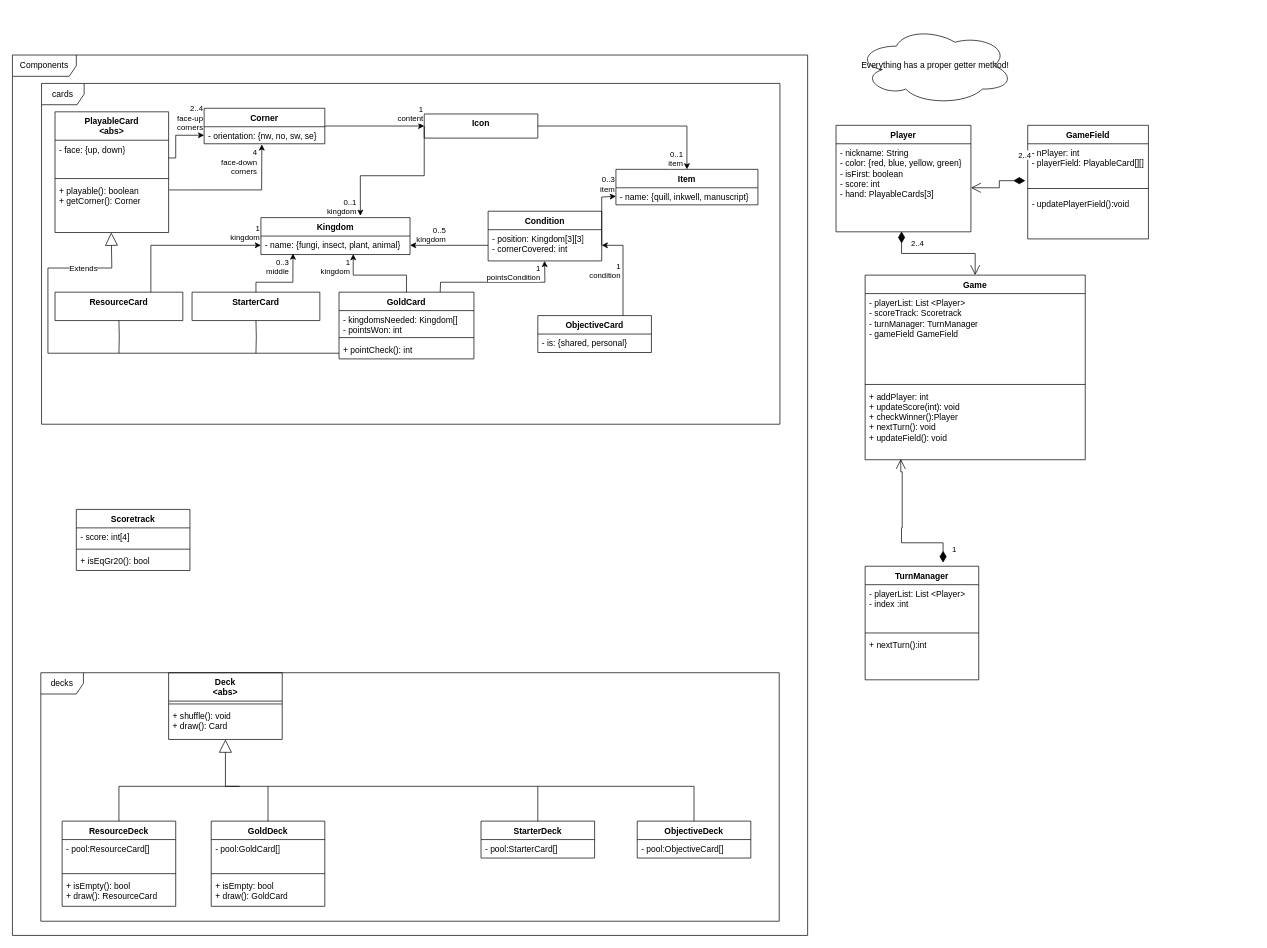
The draw.io diagram UML/drawio_modified.drawio in Mattix124/IS24-AM38, before the edit. Source tidied: cells renumbered, new cells numbered last; positions are measured from the earlier drawing's top-left corner, leaving out a move shared by most shapes. Both pictures are drawn from the tidied source at 71%, with x=0, y=0 at pixel (12, 26).
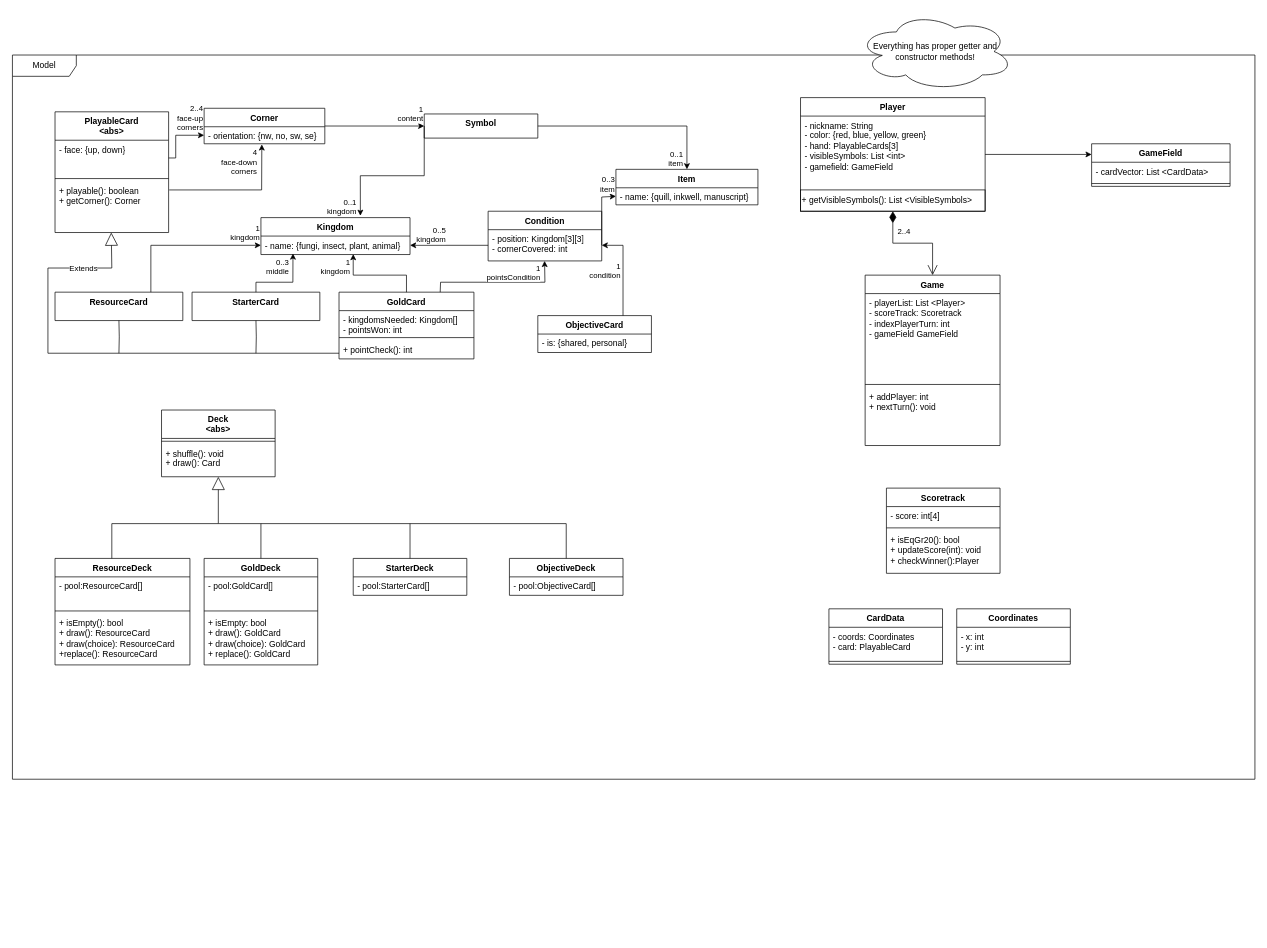
The same page after the edit.

Unchanged cells that the change refers to:
```xml
<mxCell id="21" value="&lt;div&gt;+ shuffle(): void&lt;/div&gt;&lt;div&gt;+ draw(): Card&lt;br&gt;&lt;/div&gt;" style="text;strokeColor=none;fillColor=none;align=left;verticalAlign=top;spacingLeft=4;spacingRight=4;overflow=hidden;points=[[0,0.5],[1,0.5]];portConstraint=eastwest;whiteSpace=wrap;html=1;" parent="19" vertex="1">
  <mxGeometry y="48" width="160" height="46" as="geometry" />
</mxCell>
```

The edit, as a diff of the source:
```diff
@@
-    <mxCell id="2" value="Components" style="shape=umlFrame;whiteSpace=wrap;html=1;width=90;height=30;" parent="1" vertex="1">
-      <mxGeometry y="40" width="1120" height="1240" as="geometry" />
+    <mxCell id="2" value="Model" style="shape=umlFrame;whiteSpace=wrap;html=1;width=90;height=30;" parent="1" vertex="1">
+      <mxGeometry y="40" width="1750" height="1020" as="geometry" />
     </mxCell>
-    <mxCell id="3" value="cards" style="shape=umlFrame;whiteSpace=wrap;html=1;" parent="1" vertex="1">
-      <mxGeometry x="41" y="80" width="1040" height="480" as="geometry" />
-    </mxCell>
@@
     <mxCell id="13" value="Scoretrack" style="swimlane;fontStyle=1;align=center;verticalAlign=top;horizontal=1;startSize=26;whiteSpace=wrap;html=1;" parent="1" vertex="1">
-      <mxGeometry x="90" y="680" width="160" height="86" as="geometry" />
+      <mxGeometry x="1231" y="650" width="160" height="120" as="geometry" />
     </mxCell>
@@
-    <mxCell id="16" value="+ isEqGr20(): bool" style="text;strokeColor=none;fillColor=none;align=left;verticalAlign=top;spacingLeft=4;spacingRight=4;overflow=hidden;whiteSpace=wrap;html=1;" parent="13" vertex="1">
-      <mxGeometry y="60" width="160" height="26" as="geometry" />
+    <mxCell id="16" value="+ isEqGr20(): bool&lt;div&gt;+ updateScore(int): void&lt;br&gt;&lt;/div&gt;&lt;div&gt;+ checkWinner():Player&lt;/div&gt;" style="text;strokeColor=none;fillColor=none;align=left;verticalAlign=top;spacingLeft=4;spacingRight=4;overflow=hidden;whiteSpace=wrap;html=1;" parent="13" vertex="1">
+      <mxGeometry y="60" width="160" height="60" as="geometry" />
     </mxCell>
     <mxCell id="17" value="Player" style="swimlane;fontStyle=1;align=center;verticalAlign=top;horizontal=1;startSize=26;whiteSpace=wrap;html=1;" parent="1" vertex="1">
-      <mxGeometry x="1160" y="139" width="190" height="150" as="geometry" />
+      <mxGeometry x="1110" y="100" width="260" height="160" as="geometry" />
     </mxCell>
-    <mxCell id="18" value="&lt;div&gt;- nickname: String&lt;/div&gt;&lt;div&gt;- color: {red, blue, yellow, green}&lt;/div&gt;&lt;div&gt;- isFirst: boolean&lt;/div&gt;&lt;div&gt;- score: int&lt;br&gt;&lt;/div&gt;&lt;div&gt;- hand: PlayableCards[3]&lt;/div&gt;" style="text;strokeColor=none;fillColor=none;align=left;verticalAlign=top;spacingLeft=4;spacingRight=4;overflow=hidden;points=[[0,0.5],[1,0.5]];portConstraint=eastwest;whiteSpace=wrap;html=1;" parent="17" vertex="1">
-      <mxGeometry y="26" width="190" height="124" as="geometry" />
+    <mxCell id="18" value="&lt;div&gt;- nickname: String&lt;/div&gt;&lt;div&gt;- color: {red, blue, yellow, green}&lt;/div&gt;&lt;div&gt;- hand: PlayableCards[3]&lt;/div&gt;&lt;div&gt;- visibleSymbols: List &amp;lt;int&amp;gt;&lt;/div&gt;&lt;div&gt;- gamefield: GameField&lt;/div&gt;" style="text;strokeColor=none;fillColor=none;align=left;verticalAlign=top;spacingLeft=4;spacingRight=4;overflow=hidden;points=[[0,0.5],[1,0.5]];portConstraint=eastwest;whiteSpace=wrap;html=1;" parent="17" vertex="1">
+      <mxGeometry y="26" width="260" height="104" as="geometry" />
     </mxCell>
+    <mxCell id="94" value="+ getVisibleSymbols(): List &amp;lt;VisibleSymbols&amp;gt;" style="html=1;whiteSpace=wrap;fillColor=none;align=left;" parent="17" vertex="1">
+      <mxGeometry y="130" width="260" height="30" as="geometry" />
+    </mxCell>
     <mxCell id="19" value="&lt;div&gt;Deck&lt;/div&gt;&lt;div&gt;&amp;lt;abs&amp;gt;&lt;br&gt;&lt;/div&gt;" style="swimlane;fontStyle=1;align=center;verticalAlign=top;horizontal=1;startSize=40;whiteSpace=wrap;html=1;" parent="1" vertex="1">
-      <mxGeometry x="220" y="910" width="160" height="94" as="geometry" />
+      <mxGeometry x="210" y="540" width="160" height="94" as="geometry" />
     </mxCell>
@@
     <mxCell id="22" value="ResourceDeck" style="swimlane;fontStyle=1;align=center;verticalAlign=top;horizontal=1;startSize=26;whiteSpace=wrap;html=1;" parent="1" vertex="1">
-      <mxGeometry x="70" y="1119" width="160" height="120" as="geometry" />
+      <mxGeometry x="60" y="749" width="190" height="150" as="geometry" />
     </mxCell>
     <mxCell id="23" value="&lt;div&gt;- pool:ResourceCard[]&lt;/div&gt;" style="text;strokeColor=none;fillColor=none;align=left;verticalAlign=top;spacingLeft=4;spacingRight=4;overflow=hidden;whiteSpace=wrap;html=1;" parent="22" vertex="1">
-      <mxGeometry y="26" width="160" height="44" as="geometry" />
+      <mxGeometry y="26" width="190" height="44" as="geometry" />
     </mxCell>
     <mxCell id="24" style="line;strokeWidth=1;fillColor=none;align=left;verticalAlign=middle;spacingTop=-1;spacingLeft=3;spacingRight=3;labelPosition=right;strokeColor=inherit;" parent="22" vertex="1">
-      <mxGeometry y="70" width="160" height="8" as="geometry" />
+      <mxGeometry y="70" width="190" height="8" as="geometry" />
     </mxCell>
-    <mxCell id="25" value="&lt;div&gt;+ isEmpty(): bool&lt;/div&gt;&lt;div&gt;+ draw(): ResourceCard&lt;br&gt;&lt;/div&gt;" style="text;strokeColor=none;fillColor=none;align=left;verticalAlign=top;spacingLeft=4;spacingRight=4;overflow=hidden;whiteSpace=wrap;html=1;" parent="22" vertex="1">
-      <mxGeometry y="78" width="160" height="42" as="geometry" />
+    <mxCell id="25" value="&lt;div&gt;+ isEmpty(): bool&lt;/div&gt;&lt;div&gt;+ draw(): ResourceCard&lt;br&gt;&lt;/div&gt;&lt;div&gt;+ draw(choice): ResourceCard&lt;br&gt;&lt;/div&gt;&lt;div&gt;+replace(): ResourceCard&lt;/div&gt;" style="text;strokeColor=none;fillColor=none;align=left;verticalAlign=top;spacingLeft=4;spacingRight=4;overflow=hidden;whiteSpace=wrap;html=1;" parent="22" vertex="1">
+      <mxGeometry y="78" width="190" height="72" as="geometry" />
     </mxCell>
     <mxCell id="26" value="GoldDeck" style="swimlane;fontStyle=1;align=center;verticalAlign=top;horizontal=1;startSize=26;whiteSpace=wrap;html=1;" parent="1" vertex="1">
-      <mxGeometry x="280" y="1119" width="160" height="120" as="geometry" />
+      <mxGeometry x="270" y="749" width="160" height="150" as="geometry" />
     </mxCell>
@@
-    <mxCell id="29" value="&lt;div&gt;+ isEmpty: bool&lt;/div&gt;&lt;div&gt;+ draw(): GoldCard&lt;br&gt;&lt;/div&gt;" style="text;strokeColor=none;fillColor=none;align=left;verticalAlign=top;spacingLeft=4;spacingRight=4;overflow=hidden;whiteSpace=wrap;html=1;" parent="26" vertex="1">
-      <mxGeometry y="78" width="160" height="42" as="geometry" />
+    <mxCell id="29" value="&lt;div&gt;+ isEmpty: bool&lt;/div&gt;&lt;div&gt;+ draw(): GoldCard&lt;br&gt;&lt;/div&gt;&lt;div&gt;+ draw(choice): GoldCard&lt;/div&gt;&lt;div&gt;+ replace(): GoldCard&lt;/div&gt;" style="text;strokeColor=none;fillColor=none;align=left;verticalAlign=top;spacingLeft=4;spacingRight=4;overflow=hidden;whiteSpace=wrap;html=1;" parent="26" vertex="1">
+      <mxGeometry y="78" width="160" height="72" as="geometry" />
     </mxCell>
     <mxCell id="30" value="StarterDeck" style="swimlane;fontStyle=1;align=center;verticalAlign=top;horizontal=1;startSize=26;whiteSpace=wrap;html=1;" parent="1" vertex="1">
-      <mxGeometry x="660" y="1119" width="160" height="52" as="geometry" />
+      <mxGeometry x="480" y="749" width="160" height="52" as="geometry" />
     </mxCell>
@@
     <mxCell id="32" value="ObjectiveDeck" style="swimlane;fontStyle=1;align=center;verticalAlign=top;horizontal=1;startSize=26;whiteSpace=wrap;html=1;" parent="1" vertex="1">
-      <mxGeometry x="880" y="1119" width="160" height="52" as="geometry" />
+      <mxGeometry x="700" y="749" width="160" height="52" as="geometry" />
     </mxCell>
@@
-    <mxCell id="34" value="decks" style="shape=umlFrame;whiteSpace=wrap;html=1;" parent="1" vertex="1">
-      <mxGeometry x="40" y="910" width="1040" height="350" as="geometry" />
-    </mxCell>
@@
     <mxCell id="37" style="endArrow=block;endSize=16;endFill=0;html=1;rounded=0;exitX=0.5;exitY=0;exitDx=0;exitDy=0;" parent="1" edge="1" source="26" target="21">
       <mxGeometry relative="1" as="geometry">
         <Array as="points">
-          <mxPoint x="360" y="1070" />
-          <mxPoint x="300" y="1070" />
+          <mxPoint x="350" y="700" />
+          <mxPoint x="290" y="700" />
         </Array>
       </mxGeometry>
     </mxCell>
-    <mxCell id="38" value="Everything has a proper getter method!" style="ellipse;shape=cloud;whiteSpace=wrap;html=1;" parent="1" vertex="1">
-      <mxGeometry x="1190" width="220" height="110" as="geometry" />
+    <mxCell id="38" value="Everything has proper getter and constructor methods!" style="ellipse;shape=cloud;whiteSpace=wrap;html=1;" parent="1" vertex="1">
+      <mxGeometry x="1190" y="-20" width="220" height="110" as="geometry" />
     </mxCell>
     <mxCell id="39" style="endArrow=none;html=1;rounded=0;exitX=0.5;exitY=0;exitDx=0;exitDy=0;" parent="1" edge="1" source="30">
       <mxGeometry relative="1" as="geometry">
-        <mxPoint x="360" y="1070" as="targetPoint" />
+        <mxPoint x="350" y="700" as="targetPoint" />
         <Array as="points">
-          <mxPoint x="740" y="1070" />
+          <mxPoint x="560" y="700" />
         </Array>
       </mxGeometry>
     </mxCell>
     <mxCell id="40" style="endArrow=none;html=1;rounded=0;exitX=0.5;exitY=0;exitDx=0;exitDy=0;" parent="1" edge="1">
       <mxGeometry relative="1" as="geometry">
-        <mxPoint x="960" y="1119" as="sourcePoint" />
-        <mxPoint x="740" y="1070" as="targetPoint" />
+        <mxPoint x="780" y="749" as="sourcePoint" />
+        <mxPoint x="560" y="700" as="targetPoint" />
         <Array as="points">
-          <mxPoint x="960" y="1070" />
+          <mxPoint x="780" y="700" />
         </Array>
       </mxGeometry>
     </mxCell>
     <mxCell id="41" style="endArrow=none;html=1;rounded=0;exitX=0.5;exitY=0;exitDx=0;exitDy=0;" parent="1" edge="1">
       <mxGeometry relative="1" as="geometry">
-        <mxPoint x="150" y="1119" as="sourcePoint" />
-        <mxPoint x="320" y="1070" as="targetPoint" />
+        <mxPoint x="140" y="749" as="sourcePoint" />
+        <mxPoint x="290" y="700" as="targetPoint" />
         <Array as="points">
-          <mxPoint x="150" y="1070" />
+          <mxPoint x="140" y="700" />
         </Array>
       </mxGeometry>
     </mxCell>
     <mxCell id="42" value="Game&lt;div&gt;&lt;br&gt;&lt;/div&gt;" style="swimlane;fontStyle=1;align=center;verticalAlign=top;horizontal=1;startSize=26;whiteSpace=wrap;html=1;" parent="1" vertex="1">
-      <mxGeometry x="1201" y="350" width="310" height="260" as="geometry" />
+      <mxGeometry x="1201" y="350" width="190" height="240" as="geometry" />
     </mxCell>
-    <mxCell id="43" value="- playerList: List &amp;lt;Player&amp;gt;&lt;div&gt;- scoreTrack: Scoretrack&amp;nbsp;&lt;/div&gt;&lt;div&gt;- turnManager: TurnManager&lt;/div&gt;&lt;div&gt;- gameField GameField&lt;/div&gt;" style="text;strokeColor=none;fillColor=none;align=left;verticalAlign=top;spacingLeft=4;spacingRight=4;overflow=hidden;whiteSpace=wrap;html=1;" parent="42" vertex="1">
-      <mxGeometry y="26" width="310" height="124" as="geometry" />
+    <mxCell id="43" value="- playerList: List &amp;lt;Player&amp;gt;&lt;div&gt;- scoreTrack: Scoretrack&amp;nbsp;&lt;/div&gt;&lt;div&gt;- indexPlayerTurn: int&lt;/div&gt;&lt;div&gt;- gameField GameField&lt;/div&gt;" style="text;strokeColor=none;fillColor=none;align=left;verticalAlign=top;spacingLeft=4;spacingRight=4;overflow=hidden;whiteSpace=wrap;html=1;" parent="42" vertex="1">
+      <mxGeometry y="26" width="190" height="124" as="geometry" />
     </mxCell>
     <mxCell id="44" style="line;strokeWidth=1;fillColor=none;align=left;verticalAlign=middle;spacingTop=-1;spacingLeft=3;spacingRight=3;labelPosition=right;strokeColor=inherit;" parent="42" vertex="1">
-      <mxGeometry y="150" width="310" height="8" as="geometry" />
+      <mxGeometry y="150" width="190" height="8" as="geometry" />
     </mxCell>
-    <mxCell id="45" value="+ addPlayer: int&lt;div&gt;+ updateScore(int): void&lt;/div&gt;&lt;div&gt;+ checkWinner():Player&lt;/div&gt;&lt;div&gt;+ nextTurn(): void&lt;/div&gt;&lt;div&gt;+ updateField(): void&lt;/div&gt;" style="text;strokeColor=none;fillColor=none;align=left;verticalAlign=top;spacingLeft=4;spacingRight=4;overflow=hidden;whiteSpace=wrap;html=1;" parent="42" vertex="1">
-      <mxGeometry y="158" width="310" height="102" as="geometry" />
+    <mxCell id="45" value="+ addPlayer: int&lt;div&gt;+ nextTurn(): void&lt;/div&gt;" style="text;strokeColor=none;fillColor=none;align=left;verticalAlign=top;spacingLeft=4;spacingRight=4;overflow=hidden;whiteSpace=wrap;html=1;" parent="42" vertex="1">
+      <mxGeometry y="158" width="190" height="82" as="geometry" />
     </mxCell>
-    <mxCell id="46" value="TurnManager" style="swimlane;fontStyle=1;align=center;verticalAlign=top;horizontal=1;startSize=26;whiteSpace=wrap;html=1;" parent="1" vertex="1">
-      <mxGeometry x="1201" y="760" width="160" height="160" as="geometry" />
-    </mxCell>
-    <mxCell id="47" value="- playerList: List &amp;lt;Player&amp;gt;&lt;div&gt;- index :int&lt;/div&gt;" style="text;strokeColor=none;fillColor=none;align=left;verticalAlign=top;spacingLeft=4;spacingRight=4;overflow=hidden;whiteSpace=wrap;html=1;" parent="46" vertex="1">
-      <mxGeometry y="26" width="160" height="64" as="geometry" />
-    </mxCell>
-    <mxCell id="48" style="line;strokeWidth=1;fillColor=none;align=left;verticalAlign=middle;spacingTop=-1;spacingLeft=3;spacingRight=3;labelPosition=right;strokeColor=inherit;" parent="46" vertex="1">
-      <mxGeometry y="90" width="160" height="8" as="geometry" />
-    </mxCell>
-    <mxCell id="49" value="+ nextTurn():int" style="text;strokeColor=none;fillColor=none;align=left;verticalAlign=top;spacingLeft=4;spacingRight=4;overflow=hidden;whiteSpace=wrap;html=1;" parent="46" vertex="1">
-      <mxGeometry y="98" width="160" height="62" as="geometry" />
-    </mxCell>
-    <mxCell id="50" value="GameField" style="swimlane;fontStyle=1;align=center;verticalAlign=top;horizontal=1;startSize=26;whiteSpace=wrap;html=1;" parent="1" vertex="1">
-      <mxGeometry x="1430" y="139" width="170" height="160" as="geometry" />
-    </mxCell>
-    <mxCell id="51" value="- nPlayer: int&lt;div&gt;&lt;span style=&quot;background-color: initial;&quot;&gt;- playerField: PlayableCard[][]&lt;/span&gt;&lt;br&gt;&lt;/div&gt;" style="text;strokeColor=none;fillColor=none;align=left;verticalAlign=top;spacingLeft=4;spacingRight=4;overflow=hidden;points=[[0,0.5],[1,0.5]];portConstraint=eastwest;whiteSpace=wrap;html=1;" parent="50" vertex="1">
-      <mxGeometry y="26" width="170" height="54" as="geometry" />
-    </mxCell>
-    <mxCell id="52" style="line;strokeWidth=1;fillColor=none;align=left;verticalAlign=middle;spacingTop=-1;spacingLeft=3;spacingRight=3;labelPosition=right;strokeColor=inherit;" parent="50" vertex="1">
-      <mxGeometry y="80" width="170" height="18" as="geometry" />
-    </mxCell>
-    <mxCell id="53" value="- updatePlayerField():void" style="text;strokeColor=none;fillColor=none;align=left;verticalAlign=top;spacingLeft=4;spacingRight=4;overflow=hidden;whiteSpace=wrap;html=1;" parent="50" vertex="1">
-      <mxGeometry y="98" width="170" height="62" as="geometry" />
-    </mxCell>
-    <mxCell id="54" value="1" style="endArrow=open;html=1;endSize=12;startArrow=diamondThin;startSize=14;startFill=1;edgeStyle=orthogonalEdgeStyle;align=left;verticalAlign=bottom;rounded=0;exitX=0.735;exitY=-0.012;exitDx=0;exitDy=0;exitPerimeter=0;entryX=0.187;entryY=1.02;entryDx=0;entryDy=0;entryPerimeter=0;" parent="1" edge="1">
-      <mxGeometry x="-0.91" y="-11" relative="1" as="geometry">
-        <mxPoint x="1310.8" y="755" as="sourcePoint" />
-        <mxPoint x="1251.2" y="609" as="targetPoint" />
-        <Array as="points">
-          <mxPoint x="1311.2" y="727" />
-          <mxPoint x="1252.2" y="727" />
-          <mxPoint x="1252.2" y="706" />
-          <mxPoint x="1253.2" y="706" />
-          <mxPoint x="1253.2" y="627" />
-          <mxPoint x="1251.2" y="627" />
-        </Array>
-      </mxGeometry>
-    </mxCell>
-    <mxCell id="55" value="2..4" style="endArrow=open;html=1;endSize=12;startArrow=diamondThin;startSize=14;startFill=1;edgeStyle=orthogonalEdgeStyle;align=left;verticalAlign=bottom;rounded=0;entryX=0.5;entryY=0;entryDx=0;entryDy=0;exitX=0.486;exitY=0.995;exitDx=0;exitDy=0;exitPerimeter=0;" parent="1" edge="1" source="18" target="42">
+    <mxCell id="55" value="2..4" style="endArrow=open;html=1;endSize=12;startArrow=diamondThin;startSize=14;startFill=1;edgeStyle=orthogonalEdgeStyle;align=left;verticalAlign=bottom;rounded=0;entryX=0.5;entryY=0;entryDx=0;entryDy=0;" parent="1" edge="1" source="94" target="42">
       <mxGeometry x="-0.48" y="5" relative="1" as="geometry" />
     </mxCell>
@@
-    <mxCell id="57" value="2..4" style="endArrow=open;html=1;endSize=12;startArrow=diamondThin;startSize=14;startFill=1;edgeStyle=orthogonalEdgeStyle;align=left;verticalAlign=bottom;rounded=0;entryX=1;entryY=0.5;entryDx=0;entryDy=0;exitX=-0.02;exitY=0.963;exitDx=0;exitDy=0;exitPerimeter=0;" parent="1" edge="1" source="51" target="18">
-      <mxGeometry x="-0.72" y="-27" relative="1" as="geometry" />
-    </mxCell>
@@
-    <mxCell id="60" value="&lt;div&gt;&lt;span style=&quot;white-space: pre;&quot;&gt;Icon&lt;/span&gt;&lt;/div&gt;&lt;div&gt;&lt;span style=&quot;white-space: pre;&quot;&gt;&lt;br&gt;&lt;/span&gt;&lt;/div&gt;" style="swimlane;fontStyle=1;align=center;verticalAlign=top;horizontal=1;startSize=34;whiteSpace=wrap;html=1;" parent="1" vertex="1">
+    <mxCell id="60" value="&lt;div&gt;&lt;span style=&quot;white-space: pre;&quot;&gt;Symbol&lt;/span&gt;&lt;/div&gt;" style="swimlane;fontStyle=1;align=center;verticalAlign=top;horizontal=1;startSize=34;whiteSpace=wrap;html=1;" parent="1" vertex="1">
       <mxGeometry x="580" y="123" width="160" height="34" as="geometry" />
     </mxCell>
@@
+    <mxCell id="50" value="GameField" style="swimlane;fontStyle=1;align=center;verticalAlign=top;horizontal=1;startSize=26;whiteSpace=wrap;html=1;" parent="1" vertex="1">
+      <mxGeometry x="1520" y="165" width="195" height="60" as="geometry" />
+    </mxCell>
+    <mxCell id="95" value="- cardVector: List &amp;lt;CardData&amp;gt;" style="text;strokeColor=none;fillColor=none;align=left;verticalAlign=top;spacingLeft=4;spacingRight=4;overflow=hidden;whiteSpace=wrap;html=1;" parent="50" vertex="1">
+      <mxGeometry y="26" width="195" height="26" as="geometry" />
+    </mxCell>
+    <mxCell id="96" style="line;strokeWidth=1;fillColor=none;align=left;verticalAlign=middle;spacingTop=-1;spacingLeft=3;spacingRight=3;labelPosition=right;strokeColor=inherit;" parent="50" vertex="1">
+      <mxGeometry y="52" width="195" height="8" as="geometry" />
+    </mxCell>
+    <mxCell id="97" value="CardData" style="swimlane;fontStyle=1;align=center;verticalAlign=top;horizontal=1;startSize=26;whiteSpace=wrap;html=1;" parent="1" vertex="1">
+      <mxGeometry x="1150" y="820" width="160" height="78" as="geometry" />
+    </mxCell>
+    <mxCell id="98" value="- coords: Coordinates&lt;div&gt;- card: PlayableCard&lt;/div&gt;" style="text;strokeColor=none;fillColor=none;align=left;verticalAlign=top;spacingLeft=4;spacingRight=4;overflow=hidden;whiteSpace=wrap;html=1;" parent="97" vertex="1">
+      <mxGeometry y="26" width="160" height="44" as="geometry" />
+    </mxCell>
+    <mxCell id="99" style="line;strokeWidth=1;fillColor=none;align=left;verticalAlign=middle;spacingTop=-1;spacingLeft=3;spacingRight=3;labelPosition=right;strokeColor=inherit;" parent="97" vertex="1">
+      <mxGeometry y="70" width="160" height="8" as="geometry" />
+    </mxCell>
+    <mxCell id="100" value="Coordinates" style="swimlane;fontStyle=1;align=center;verticalAlign=top;horizontal=1;startSize=26;whiteSpace=wrap;html=1;" parent="1" vertex="1">
+      <mxGeometry x="1330" y="820" width="160" height="78" as="geometry" />
+    </mxCell>
+    <mxCell id="101" value="- x: int&lt;div&gt;- y: int&lt;/div&gt;" style="text;strokeColor=none;fillColor=none;align=left;verticalAlign=top;spacingLeft=4;spacingRight=4;overflow=hidden;whiteSpace=wrap;html=1;" parent="100" vertex="1">
+      <mxGeometry y="26" width="160" height="44" as="geometry" />
+    </mxCell>
+    <mxCell id="102" style="line;strokeWidth=1;fillColor=none;align=left;verticalAlign=middle;spacingTop=-1;spacingLeft=3;spacingRight=3;labelPosition=right;strokeColor=inherit;" parent="100" vertex="1">
+      <mxGeometry y="70" width="160" height="8" as="geometry" />
+    </mxCell>
+    <mxCell id="103" style="endArrow=classic;html=1;rounded=0;entryX=0;entryY=0.25;entryDx=0;entryDy=0;" parent="1" edge="1" target="50">
+      <mxGeometry relative="1" as="geometry">
+        <mxPoint x="1370" y="180" as="sourcePoint" />
+      </mxGeometry>
+    </mxCell>
```
